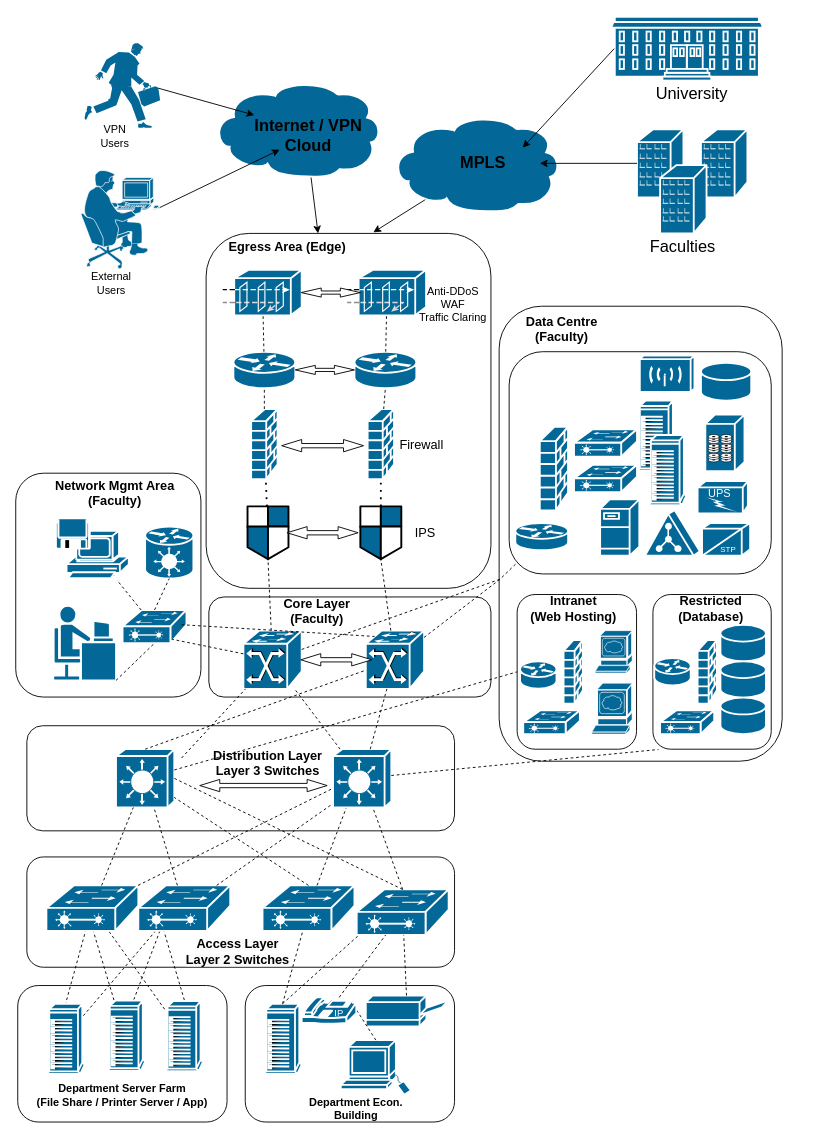
Earlier version of the draw.io diagram page "Scenario 2 - P2" (2 of 2) of Untitled Diagram.drawio (geekcu/design-drawing). Source tidied: cells renumbered, new cells numbered last; positions are measured from the earlier drawing's top-left corner, leaving out a move shared by most shapes. Both pictures are drawn from the tidied source at 91%, with x=0, y=0 at pixel (15, 16).
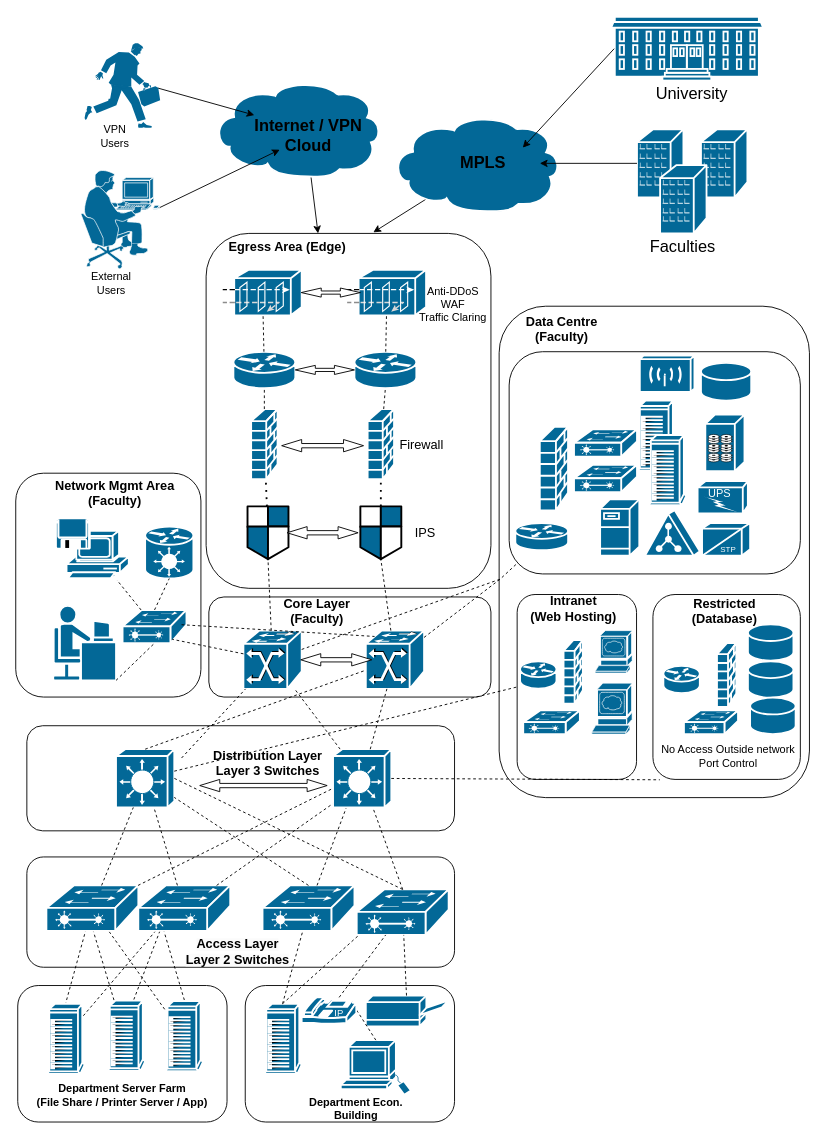
Above is the later version.

The edit, as a diff of the source:
```diff
@@
     <mxCell id="4" style="rounded=1;whiteSpace=wrap;html=1;" parent="1" vertex="1">
-      <mxGeometry x="531" y="318" width="311" height="500" as="geometry" />
+      <mxGeometry x="531" y="318" width="341" height="540" as="geometry" />
     </mxCell>
@@
     <mxCell id="55" style="rounded=1;whiteSpace=wrap;html=1;align=left;shadow=0;" parent="1" vertex="1">
-      <mxGeometry x="542" y="368" width="288" height="244.2" as="geometry" />
+      <mxGeometry x="542" y="368" width="320" height="244.2" as="geometry" />
     </mxCell>
@@
     <mxCell id="84" style="rounded=1;whiteSpace=wrap;html=1;align=left;shadow=0;" parent="1" vertex="1">
-      <mxGeometry x="550.8" y="634.8" width="131.2" height="170" as="geometry" />
+      <mxGeometry x="550.8" y="634.8" width="131.2" height="203.2" as="geometry" />
     </mxCell>
     <mxCell id="85" style="rounded=1;whiteSpace=wrap;html=1;align=left;shadow=0;" parent="1" vertex="1">
-      <mxGeometry x="700" y="634.8" width="130" height="170" as="geometry" />
+      <mxGeometry x="700" y="634.8" width="162" height="203.2" as="geometry" />
     </mxCell>
@@
     <mxCell id="87" value="&lt;b&gt;&lt;font style=&quot;font-size: 14px;&quot;&gt;Restricted&lt;br&gt;(Database)&lt;br&gt;&lt;/font&gt;&lt;/b&gt;" style="text;html=1;strokeColor=none;fillColor=none;align=center;verticalAlign=middle;whiteSpace=wrap;rounded=0;" parent="1" vertex="1">
-      <mxGeometry x="699" y="634.8" width="129.5" height="30" as="geometry" />
+      <mxGeometry x="714.4" y="637.5" width="129.5" height="30" as="geometry" />
     </mxCell>
@@
     <mxCell id="94" style="shape=mxgraph.cisco.security.firewall;sketch=0;html=1;dashed=0;fillColor=#036897;strokeColor=#ffffff;strokeWidth=2;verticalLabelPosition=bottom;verticalAlign=top;align=center;" parent="1" vertex="1">
-      <mxGeometry x="749.1" y="684.8" width="21.2" height="70" as="geometry" />
+      <mxGeometry x="770.4" y="688.2" width="21.2" height="70" as="geometry" />
     </mxCell>
     <mxCell id="95" style="shape=mxgraph.cisco.routers.router;sketch=0;html=1;dashed=0;fillColor=#036897;strokeColor=#ffffff;strokeWidth=2;verticalLabelPosition=bottom;verticalAlign=top;align=center;" parent="1" vertex="1">
-      <mxGeometry x="701.5" y="704.8" width="40" height="30" as="geometry" />
+      <mxGeometry x="711.5" y="713.2" width="40" height="30" as="geometry" />
     </mxCell>
     <mxCell id="96" style="shape=mxgraph.cisco.storage.relational_database;sketch=0;html=1;dashed=0;fillColor=#036897;strokeColor=#ffffff;strokeWidth=2;verticalLabelPosition=bottom;verticalAlign=top;align=center;" parent="1" vertex="1">
-      <mxGeometry x="774.2" y="668.2" width="50" height="40" as="geometry" />
+      <mxGeometry x="804.4" y="667.5" width="50" height="40" as="geometry" />
     </mxCell>
     <mxCell id="97" style="shape=mxgraph.cisco.storage.relational_database;sketch=0;html=1;dashed=0;fillColor=#036897;strokeColor=#ffffff;strokeWidth=2;verticalLabelPosition=bottom;verticalAlign=top;align=center;" parent="1" vertex="1">
-      <mxGeometry x="774.2" y="708.2" width="50" height="40" as="geometry" />
+      <mxGeometry x="804.4" y="708.2" width="50" height="40" as="geometry" />
     </mxCell>
     <mxCell id="98" style="shape=mxgraph.cisco.storage.relational_database;sketch=0;html=1;dashed=0;fillColor=#036897;strokeColor=#ffffff;strokeWidth=2;verticalLabelPosition=bottom;verticalAlign=top;align=center;" parent="1" vertex="1">
-      <mxGeometry x="774.2" y="748.2" width="50" height="40" as="geometry" />
+      <mxGeometry x="806.8" y="748.2" width="50" height="40" as="geometry" />
     </mxCell>
@@
     <mxCell id="103" style="shape=mxgraph.cisco.switches.layer_2_remote_switch;sketch=0;html=1;dashed=0;fillColor=#036897;strokeColor=#ffffff;strokeWidth=2;verticalLabelPosition=bottom;verticalAlign=top;align=center;" parent="1" vertex="1">
-      <mxGeometry x="707.9" y="762.2" width="59.4" height="26" as="geometry" />
+      <mxGeometry x="734.1" y="762.2" width="59.4" height="26" as="geometry" />
     </mxCell>
@@
+    <mxCell id="143" value="No Access Outside network&lt;br&gt;Port Control" style="text;html=1;strokeColor=none;fillColor=none;align=center;verticalAlign=middle;whiteSpace=wrap;rounded=0;" parent="1" vertex="1">
+      <mxGeometry x="707.9" y="798" width="150" height="30" as="geometry" />
+    </mxCell>
```
